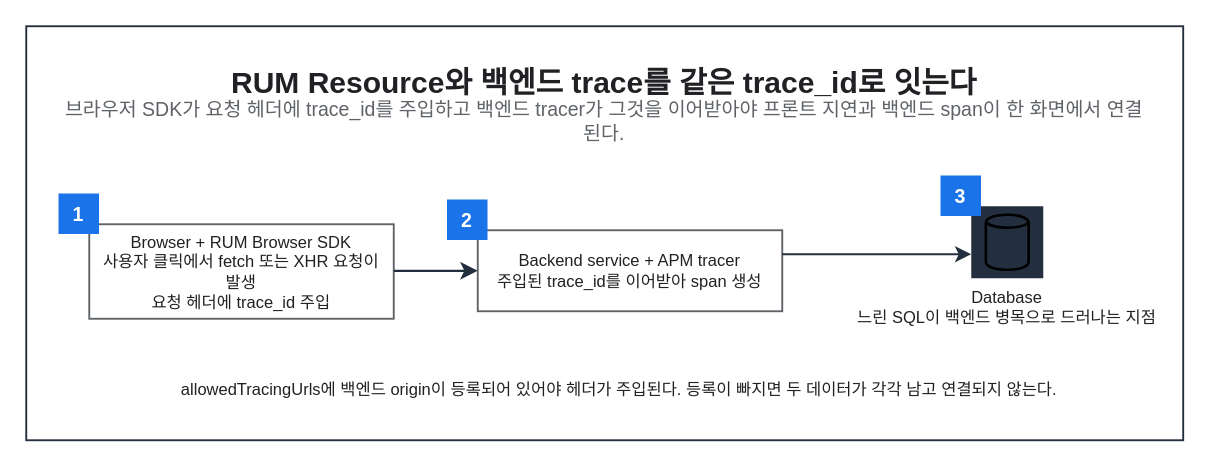
This is assets/img/observability/datadog-rum-02-trace-linking.drawio from KKamJi98/kkamji98.github.io, a draw.io file, before an edit. Source tidied: cells renumbered, new cells numbered last; positions are measured from the earlier drawing's top-left corner, leaving out a move shared by most shapes. Both pictures are drawn from the tidied source at 150%, with x=0, y=0 at pixel (26, 26).
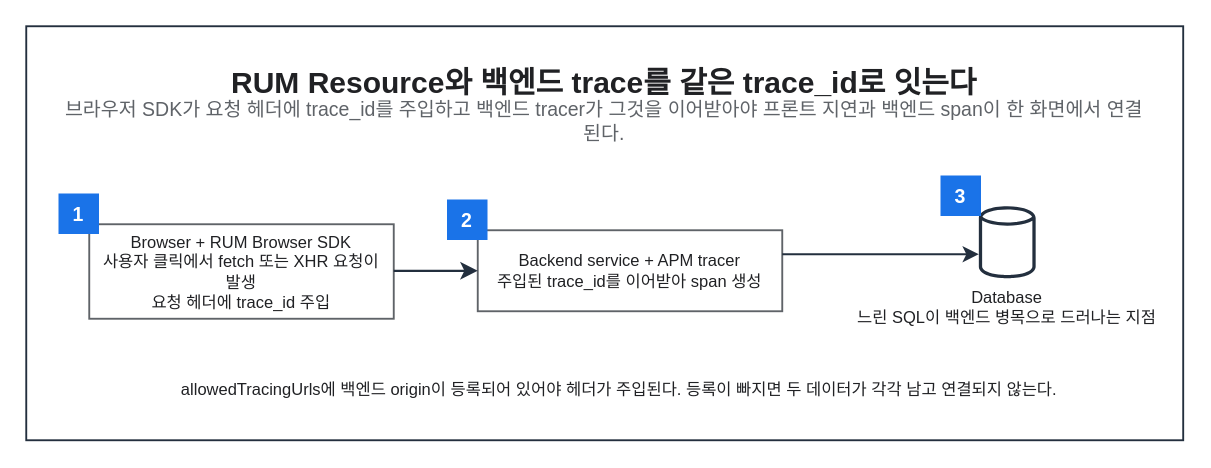
The same page after the edit.

Diff of the diagram source:
```diff
@@
 <mxGraphModel background="#FFFFFF">
   <root>
     <mxCell id="0" />
     <mxCell id="1" parent="0" />
     <mxCell id="2" style="rounded=0;html=0;fillColor=none;strokeColor=#232F3E;fontColor=#202124;strokeWidth=1.25;" parent="1" vertex="1">
       <mxGeometry width="771.3" height="276" as="geometry" />
     </mxCell>
     <mxCell id="3" value="RUM Resource와 백엔드 trace를 같은 trace_id로 잇는다" style="text;html=0;whiteSpace=wrap;fillColor=none;strokeColor=none;fontColor=#202124;fontSize=20;fontStyle=1;align=center;verticalAlign=middle;" parent="1" vertex="1">
       <mxGeometry x="22" y="22" width="727.3" height="30" as="geometry" />
     </mxCell>
     <mxCell id="4" value="브라우저 SDK가 요청 헤더에 trace_id를 주입하고 백엔드 tracer가 그것을 이어받아야 프론트 지연과 백엔드 span이 한 화면에서 연결된다." style="text;html=0;whiteSpace=wrap;fillColor=none;strokeColor=none;fontColor=#5F6368;fontSize=13;fontStyle=0;align=center;verticalAlign=middle;" parent="1" vertex="1">
       <mxGeometry x="22" y="52" width="727.3" height="22" as="geometry" />
     </mxCell>
     <mxCell id="5" value="Browser + RUM Browser SDK&#10;사용자 클릭에서 fetch 또는 XHR 요청이 발생&#10;요청 헤더에 trace_id 주입" style="rounded=0;whiteSpace=wrap;html=0;fillColor=#FFFFFF;strokeColor=#5F6368;fontColor=#202124;fontSize=11;fontStyle=0;align=center;verticalAlign=middle;spacingLeft=6;spacingRight=6;strokeWidth=1.25;" parent="1" vertex="1">
       <mxGeometry x="42" y="132" width="203" height="63" as="geometry" />
     </mxCell>
     <mxCell id="6" value="Backend service + APM tracer&#10;주입된 trace_id를 이어받아 span 생성" style="rounded=0;whiteSpace=wrap;html=0;fillColor=#FFFFFF;strokeColor=#5F6368;fontColor=#202124;fontSize=11;fontStyle=0;align=center;verticalAlign=middle;spacingLeft=6;spacingRight=6;strokeWidth=1.25;" parent="1" vertex="1">
       <mxGeometry x="301" y="136" width="203" height="54" as="geometry" />
     </mxCell>
-    <mxCell id="7" value="Database&#10;느린 SQL이 백엔드 병목으로 드러나는 지점" style="sketch=0;outlineConnect=0;gradientColor=none;html=0;whiteSpace=nowrap;fontSize=11;fontStyle=0;fontColor=#202124;verticalLabelPosition=bottom;verticalAlign=top;align=center;labelBackgroundColor=none;fillColor=#232F3E;strokeColor=none;dashed=0;shape=mxgraph.aws4.resourceIcon;resIcon=mxgraph.aws4.generic_database;" parent="1" vertex="1">
+    <mxCell id="7" value="Database&#10;느린 SQL이 백엔드 병목으로 드러나는 지점" style="sketch=0;outlineConnect=0;gradientColor=none;html=0;whiteSpace=nowrap;fontSize=11;fontStyle=0;fontColor=#202124;verticalLabelPosition=bottom;verticalAlign=top;align=center;labelBackgroundColor=none;fillColor=#232F3E;strokeColor=none;dashed=0;shape=mxgraph.aws4.generic_database;" parent="1" vertex="1">
       <mxGeometry x="630" y="120" width="48" height="48" as="geometry" />
     </mxCell>
     <mxCell id="8" value="allowedTracingUrls에 백엔드 origin이 등록되어 있어야 헤더가 주입된다. 등록이 빠지면 두 데이터가 각각 남고 연결되지 않는다." style="text;html=0;whiteSpace=wrap;fillColor=none;strokeColor=none;fontColor=#202124;fontSize=11;fontStyle=0;align=center;verticalAlign=middle;" parent="1" vertex="1">
       <mxGeometry x="42" y="230" width="707" height="24" as="geometry" />
     </mxCell>
     <mxCell id="9" value="1" style="rounded=0;whiteSpace=wrap;html=0;fillColor=#1A73E8;strokeColor=#1A73E8;fontColor=#FFFFFF;fontSize=13;fontStyle=1;align=center;verticalAlign=middle;" parent="1" vertex="1">
       <mxGeometry x="22" y="112" width="26" height="26" as="geometry" />
     </mxCell>
     <mxCell id="10" value="2" style="rounded=0;whiteSpace=wrap;html=0;fillColor=#1A73E8;strokeColor=#1A73E8;fontColor=#FFFFFF;fontSize=13;fontStyle=1;align=center;verticalAlign=middle;" parent="1" vertex="1">
       <mxGeometry x="281" y="116" width="26" height="26" as="geometry" />
     </mxCell>
     <mxCell id="11" value="3" style="rounded=0;whiteSpace=wrap;html=0;fillColor=#1A73E8;strokeColor=#1A73E8;fontColor=#FFFFFF;fontSize=13;fontStyle=1;align=center;verticalAlign=middle;" parent="1" vertex="1">
       <mxGeometry x="610" y="100" width="26" height="26" as="geometry" />
     </mxCell>
     <mxCell id="12" style="edgeStyle=orthogonalEdgeStyle;rounded=0;html=0;strokeColor=#232F3E;strokeWidth=1.5;endArrow=classic;endFill=1;endSize=7;fontSize=11;fontColor=#202124;labelBackgroundColor=none;jettySize=14;exitX=1;exitY=0.4921;entryX=0;entryY=0.5;exitDx=0;exitDy=0;entryDx=0;entryDy=0;" parent="1" edge="1" source="5" target="6">
       <mxGeometry relative="1" as="geometry" />
     </mxCell>
     <mxCell id="13" style="edgeStyle=orthogonalEdgeStyle;rounded=0;html=0;strokeColor=#232F3E;strokeWidth=1.25;endArrow=classic;endFill=1;endSize=7;fontSize=11;fontColor=#202124;labelBackgroundColor=none;jettySize=14;exitX=1;exitY=0.2963;entryX=0;entryY=0.6667;exitDx=0;exitDy=0;entryDx=0;entryDy=0;" parent="1" edge="1" source="6" target="7">
       <mxGeometry relative="1" as="geometry" />
     </mxCell>
   </root>
 </mxGraphModel>
```
